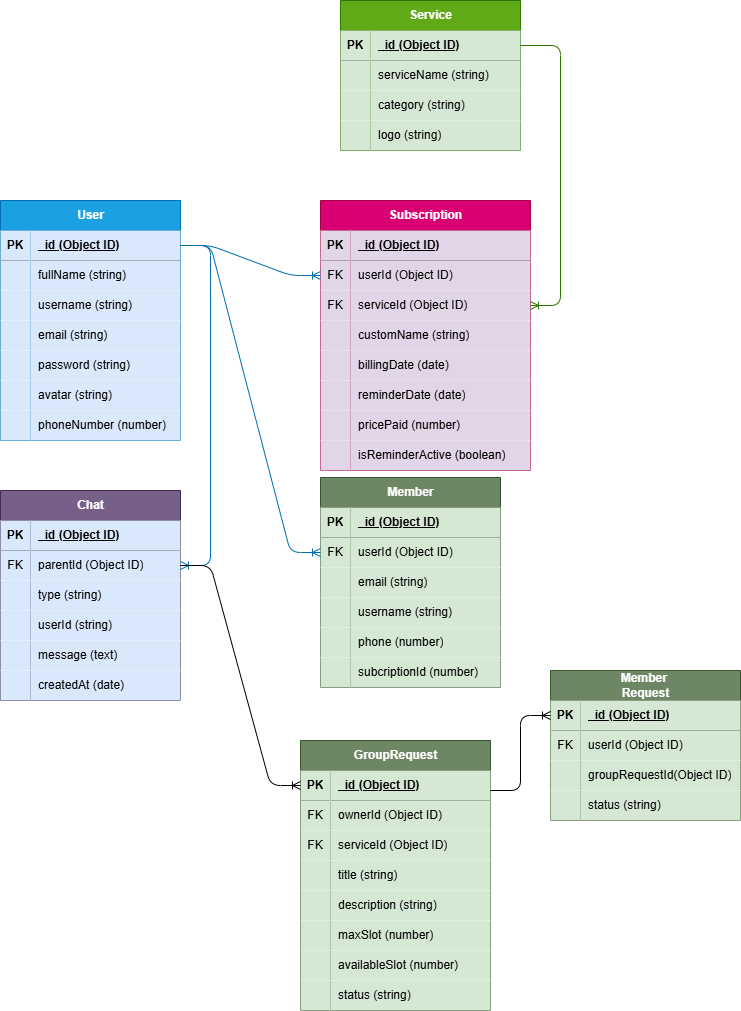
Before: schema.drawio.png, a diagram exported from draw.io (abrariyudhan/FINAL_PROJECT). Source tidied: cells renumbered, new cells last; positions are measured from the earlier drawing's top-left corner, leaving out a move shared by most shapes.
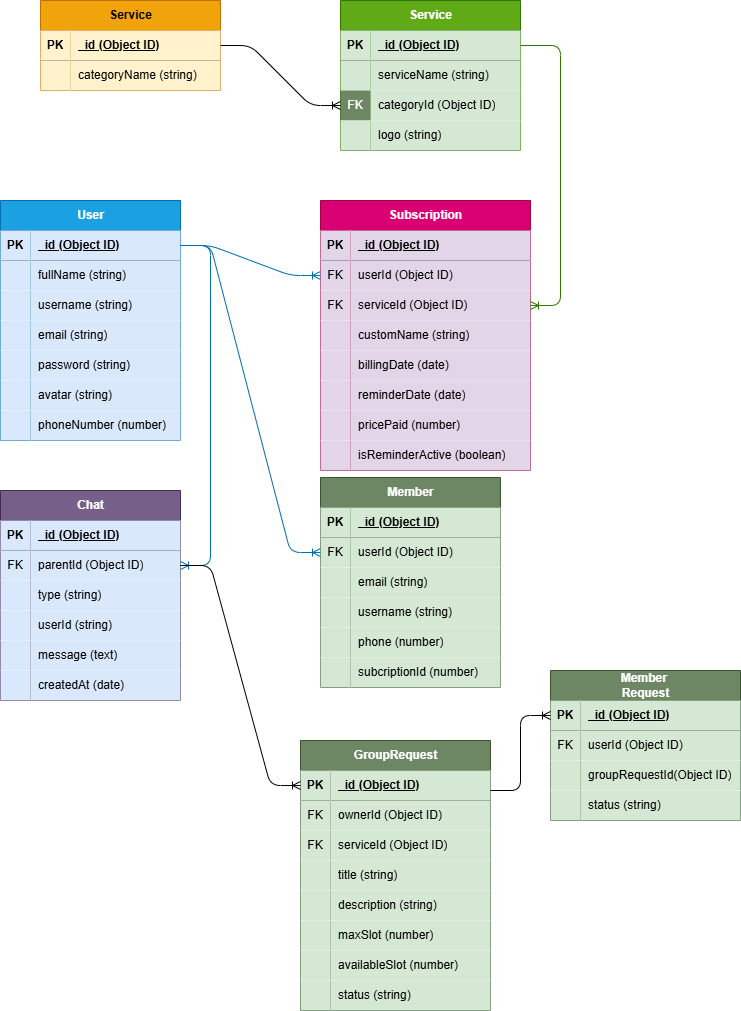
After the commit.

Commit message:
Fixing erd, adding data

What changed in the source:
```diff
@@ -92,10 +92,10 @@
     <mxCell id="31" style="shape=tableRow;horizontal=0;startSize=0;swimlaneHead=0;swimlaneBody=0;fillColor=none;points=[[0,0.5],[1,0.5]];portConstraint=eastwest;top=0;left=0;right=0;bottom=0;" parent="24" vertex="1">
       <mxGeometry y="90" width="180" height="30" as="geometry" />
     </mxCell>
-    <mxCell id="32" style="shape=partialRectangle;top=0;left=0;bottom=0;right=0;overflow=hidden;whiteSpace=wrap;html=1;fillColor=#d5e8d4;strokeColor=#82b366;" parent="31" vertex="1">
+    <mxCell id="32" value="FK" style="shape=partialRectangle;top=0;left=0;bottom=0;right=0;overflow=hidden;whiteSpace=wrap;html=1;fillColor=#6d8764;strokeColor=#3A5431;fontColor=#ffffff;" parent="31" vertex="1">
       <mxGeometry width="30" height="30" as="geometry" />
     </mxCell>
-    <mxCell id="33" value="category (string)" style="shape=partialRectangle;fillColor=#d5e8d4;top=0;left=0;bottom=0;right=0;align=left;spacingLeft=6;overflow=hidden;whiteSpace=wrap;html=1;strokeColor=#82b366;" parent="31" vertex="1">
+    <mxCell id="33" value="categoryId (Object ID)" style="shape=partialRectangle;fillColor=#d5e8d4;top=0;left=0;bottom=0;right=0;align=left;spacingLeft=6;overflow=hidden;whiteSpace=wrap;html=1;strokeColor=#82b366;" parent="31" vertex="1">
       <mxGeometry x="30" width="150" height="30" as="geometry" />
     </mxCell>
     <mxCell id="34" style="shape=tableRow;horizontal=0;startSize=0;swimlaneHead=0;swimlaneBody=0;fillColor=none;top=0;left=0;right=0;bottom=0;" parent="24" vertex="1">
@@ -451,5 +451,29 @@
         <mxPoint x="490" y="790" as="sourcePoint" />
       </mxGeometry>
     </mxCell>
+    <mxCell id="144" value="Service" style="shape=table;startSize=30;rowLines=0;fontStyle=1;align=center;html=1;fillColor=#f0a30a;strokeColor=#BD7000;fontColor=#000000;" parent="1" vertex="1">
+      <mxGeometry x="40" width="180" height="90" as="geometry" />
+    </mxCell>
+    <mxCell id="145" style="shape=tableRow;horizontal=0;startSize=0;swimlaneHead=0;swimlaneBody=0;fillColor=none;points=[[0,0.5],[1,0.5]];portConstraint=eastwest;top=0;left=0;right=0;bottom=1;" parent="144" vertex="1">
+      <mxGeometry y="30" width="180" height="30" as="geometry" />
+    </mxCell>
+    <mxCell id="146" value="PK" style="shape=partialRectangle;fillColor=#fff2cc;top=0;left=0;bottom=0;right=0;fontStyle=1;overflow=hidden;whiteSpace=wrap;html=1;strokeColor=#d6b656;" parent="145" vertex="1">
+      <mxGeometry width="30" height="30" as="geometry" />
+    </mxCell>
+    <mxCell id="147" value="&lt;span style=&quot;color: rgb(0, 0, 0);&quot;&gt;_id (Object ID)&lt;/span&gt;" style="shape=partialRectangle;fillColor=#fff2cc;top=0;left=0;bottom=0;right=0;align=left;spacingLeft=6;fontStyle=5;overflow=hidden;whiteSpace=wrap;html=1;strokeColor=#d6b656;" parent="145" vertex="1">
+      <mxGeometry x="30" width="150" height="30" as="geometry" />
+    </mxCell>
+    <mxCell id="148" style="shape=tableRow;horizontal=0;startSize=0;swimlaneHead=0;swimlaneBody=0;fillColor=none;top=0;left=0;right=0;bottom=0;" parent="144" vertex="1">
+      <mxGeometry y="60" width="180" height="30" as="geometry" />
+    </mxCell>
+    <mxCell id="149" style="shape=partialRectangle;top=0;left=0;bottom=0;right=0;overflow=hidden;whiteSpace=wrap;html=1;fillColor=#fff2cc;strokeColor=#d6b656;" parent="148" vertex="1">
+      <mxGeometry width="30" height="30" as="geometry" />
+    </mxCell>
+    <mxCell id="150" value="categoryName (string)" style="shape=partialRectangle;fillColor=#fff2cc;top=0;left=0;bottom=0;right=0;align=left;spacingLeft=6;overflow=hidden;whiteSpace=wrap;html=1;strokeColor=#d6b656;" parent="148" vertex="1">
+      <mxGeometry x="30" width="150" height="30" as="geometry" />
+    </mxCell>
+    <mxCell id="151" style="edgeStyle=entityRelationEdgeStyle;fontSize=12;html=1;endArrow=ERoneToMany;entryX=0;entryY=0.5;entryDx=0;entryDy=0;exitX=1;exitY=0.5;exitDx=0;exitDy=0;" parent="1" edge="1" source="145" target="31">
+      <mxGeometry relative="1" as="geometry" />
+    </mxCell>
   </root>
 </mxGraphModel>
```
